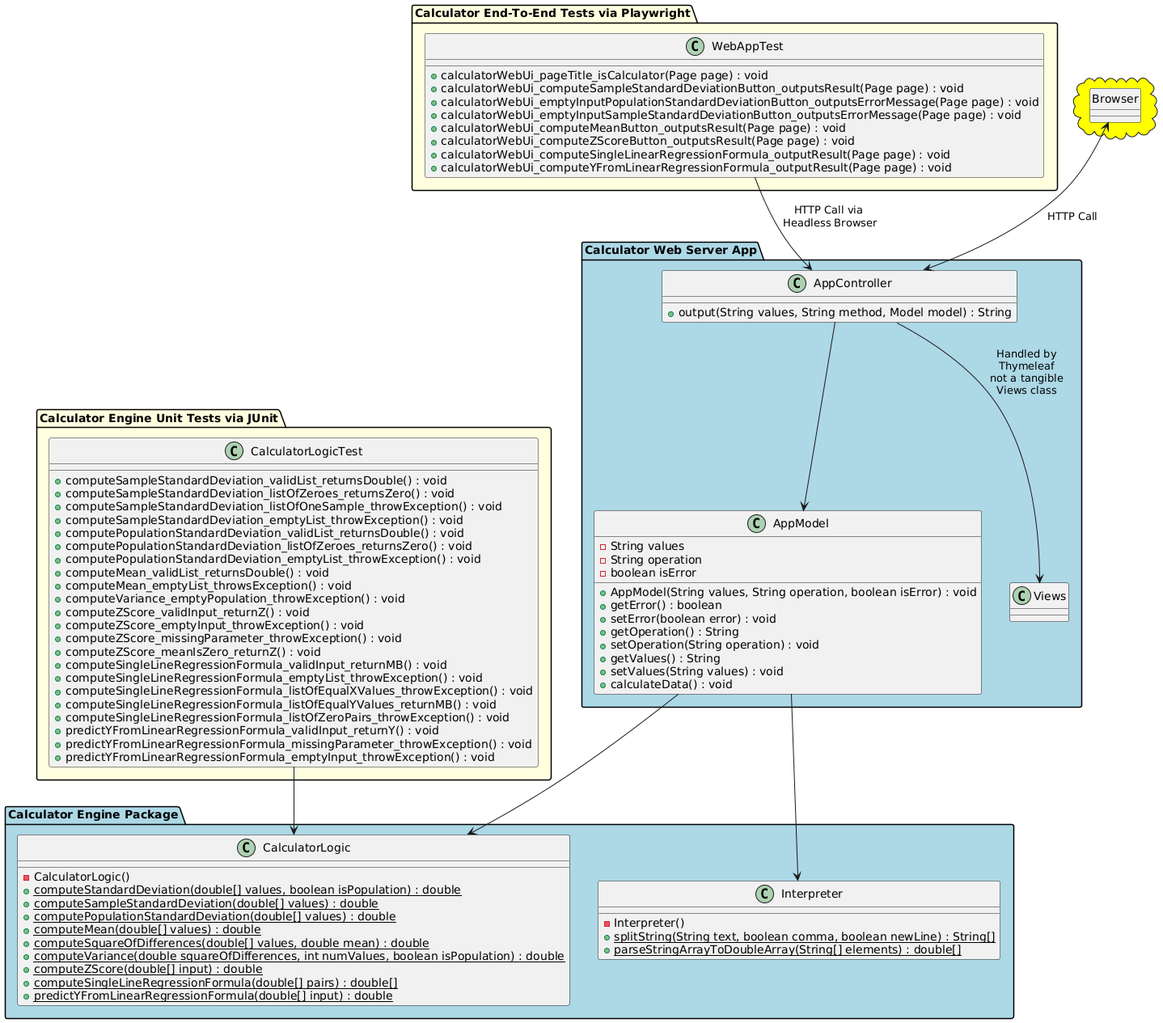
The PlantUML diagram architectureDiagram.png in Code-Cruncher-Omega/swe3643-fall2024-project, before a commit.
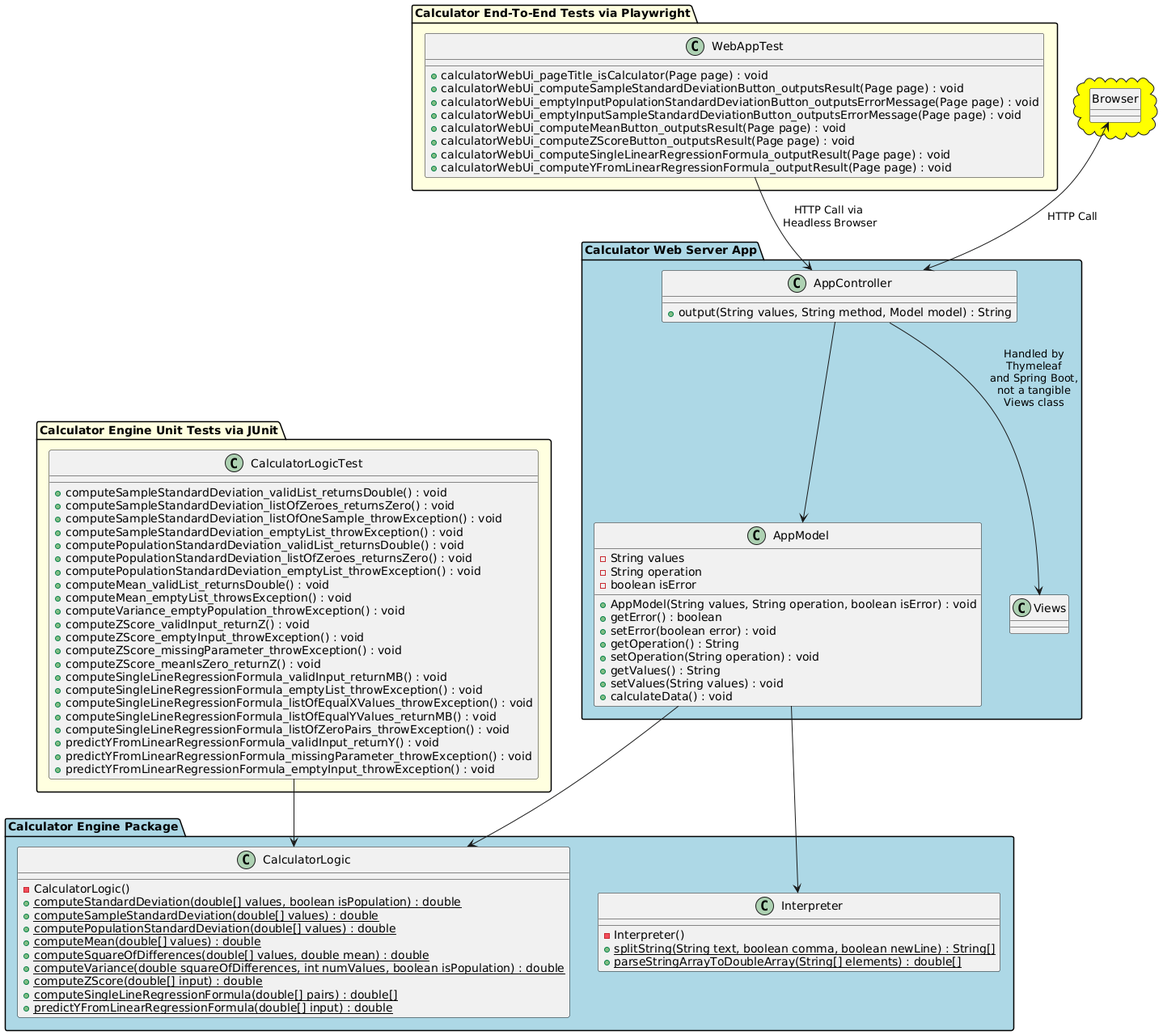
Above is the later version.

The edit, as a diff of the source:
```diff
@@ -74,7 +74,7 @@
       + output(String values, String method, Model model) : String
    }
 
-   AppController --> Views : Handled by\nThymeleaf\nnot a tangible\nViews class
+   AppController --> Views : Handled by\nThymeleaf\nand Spring Boot,\nnot a tangible\nViews class
    AppController --> AppModel
    AppModel --> CalculatorLogic
    AppModel --> Interpreter
```
